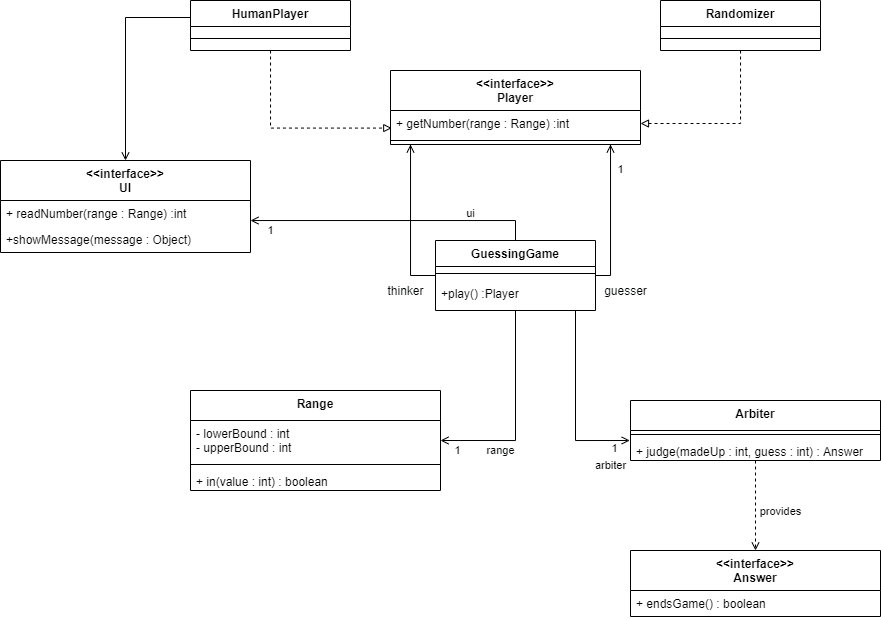
Above: class_diagram_diagrams.png in Szymon-Skazinski/CHARTS (draw.io), before the change. Source tidied: cells renumbered, new cells last; positions are measured from the earlier drawing's top-left corner, leaving out a move shared by most shapes.
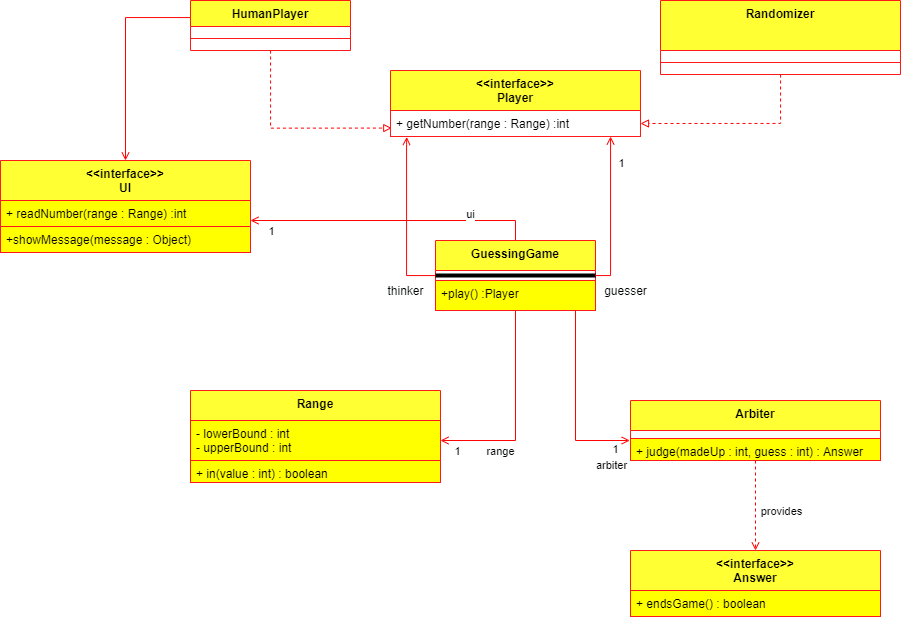
Later version of the same file.

Change to the diagram source:
```diff
@@ -2,32 +2,30 @@
   <root>
     <mxCell id="0" />
     <mxCell id="1" parent="0" />
-    <mxCell id="2" style="edgeStyle=orthogonalEdgeStyle;rounded=0;jettySize=auto;html=1;entryX=0.5;entryY=0;entryDx=0;entryDy=0;endArrow=open;endFill=0;strokeWidth=1;jumpSize=7;" parent="1" edge="1" source="4" target="37">
+    <mxCell id="2" style="edgeStyle=orthogonalEdgeStyle;rounded=0;jettySize=auto;html=1;entryX=0.5;entryY=0;entryDx=0;entryDy=0;endArrow=open;endFill=0;strokeWidth=1;jumpSize=7;strokeColor=#FF0303;" parent="1" edge="1" source="4" target="37">
       <mxGeometry relative="1" as="geometry">
         <Array as="points">
           <mxPoint x="125" y="17" />
         </Array>
       </mxGeometry>
     </mxCell>
-    <mxCell id="3" style="edgeStyle=orthogonalEdgeStyle;rounded=0;jumpSize=7;jettySize=auto;html=1;endArrow=block;endFill=0;strokeWidth=1;dashed=1;entryX=0.005;entryY=0.676;entryDx=0;entryDy=0;entryPerimeter=0;" parent="1" edge="1" source="4" target="41">
+    <mxCell id="3" style="edgeStyle=orthogonalEdgeStyle;rounded=0;jumpSize=7;jettySize=auto;html=1;endArrow=block;endFill=0;strokeWidth=1;dashed=1;entryX=0.005;entryY=0.676;entryDx=0;entryDy=0;entryPerimeter=0;strokeColor=#FF0303;" parent="1" edge="1" source="4" target="41">
       <mxGeometry relative="1" as="geometry">
         <Array as="points">
           <mxPoint x="270" y="128" />
         </Array>
       </mxGeometry>
     </mxCell>
-    <mxCell id="4" value="HumanPlayer" style="swimlane;fontStyle=1;align=center;verticalAlign=top;horizontal=1;startSize=26;" parent="1" vertex="1">
+    <mxCell id="4" value="HumanPlayer" style="swimlane;fontStyle=1;align=center;verticalAlign=top;horizontal=1;startSize=26;fillColor=#FFFF33;strokeColor=#FF1919;" parent="1" vertex="1">
       <mxGeometry x="190" width="160" height="50" as="geometry" />
     </mxCell>
-    <mxCell id="5" style="line;strokeWidth=1;fillColor=none;align=left;verticalAlign=middle;spacingTop=-1;spacingLeft=3;spacingRight=3;labelPosition=right;" parent="4" vertex="1">
+    <mxCell id="5" style="line;strokeWidth=1;fillColor=none;align=left;verticalAlign=middle;spacingTop=-1;spacingLeft=3;spacingRight=3;labelPosition=right;strokeColor=#FF1919;" parent="4" vertex="1">
       <mxGeometry y="26" width="160" height="24" as="geometry" />
     </mxCell>
-    <mxCell id="6" style="edgeStyle=orthogonalEdgeStyle;curved=0;rounded=0;jettySize=auto;html=1;strokeColor=#000000;fontColor=#000000;strokeWidth=1;endFill=0;endArrow=open;" parent="1" edge="1" source="16">
+    <mxCell id="6" style="edgeStyle=orthogonalEdgeStyle;curved=0;rounded=0;jettySize=auto;html=1;fontColor=#000000;strokeWidth=1;endFill=0;endArrow=open;strokeColor=#FF0303;" parent="1" edge="1" source="16" target="41">
       <mxGeometry relative="1" as="geometry">
-        <mxPoint x="610" y="144" as="targetPoint" />
         <Array as="points">
           <mxPoint x="610" y="275" />
-          <mxPoint x="610" y="144" />
         </Array>
       </mxGeometry>
     </mxCell>
@@ -36,19 +34,18 @@
         <mxPoint x="10" y="-3" as="offset" />
       </mxGeometry>
     </mxCell>
-    <mxCell id="8" style="edgeStyle=orthogonalEdgeStyle;curved=0;rounded=0;jettySize=auto;html=1;strokeColor=#000000;fontColor=#000000;strokeWidth=1;endFill=0;endArrow=open;" parent="1" edge="1" source="16">
+    <mxCell id="8" style="edgeStyle=orthogonalEdgeStyle;curved=0;rounded=0;jettySize=auto;html=1;fontColor=#000000;strokeWidth=1;endFill=0;endArrow=open;strokeColor=#FF0303;entryX=0.065;entryY=1.018;entryDx=0;entryDy=0;entryPerimeter=0;" parent="1" edge="1" source="16" target="41">
       <mxGeometry relative="1" as="geometry">
-        <mxPoint x="410" y="144" as="targetPoint" />
         <Array as="points">
-          <mxPoint x="410" y="275" />
-          <mxPoint x="410" y="144" />
+          <mxPoint x="406" y="275" />
+          <mxPoint x="406" y="144" />
         </Array>
       </mxGeometry>
     </mxCell>
     <mxCell id="9" value="thinker" style="text;html=1;align=center;verticalAlign=middle;fontColor=#020405;" parent="1" vertex="1">
       <mxGeometry x="380" y="280" width="50" height="20" as="geometry" />
     </mxCell>
-    <mxCell id="10" style="edgeStyle=orthogonalEdgeStyle;curved=0;rounded=0;jettySize=auto;html=1;endArrow=open;endFill=0;strokeWidth=1;" parent="1" edge="1" source="16">
+    <mxCell id="10" style="edgeStyle=orthogonalEdgeStyle;curved=0;rounded=0;jettySize=auto;html=1;endArrow=open;endFill=0;strokeWidth=1;strokeColor=#FF0303;" parent="1" edge="1" source="16">
       <mxGeometry relative="1" as="geometry">
         <mxPoint x="440" y="440" as="targetPoint" />
         <Array as="points">
@@ -66,7 +63,7 @@
         <mxPoint y="9" as="offset" />
       </mxGeometry>
     </mxCell>
-    <mxCell id="13" style="edgeStyle=orthogonalEdgeStyle;curved=0;rounded=0;jettySize=auto;html=1;endArrow=open;endFill=0;strokeWidth=1;" parent="1" edge="1" source="16" target="38">
+    <mxCell id="13" style="edgeStyle=orthogonalEdgeStyle;curved=0;rounded=0;jettySize=auto;html=1;endArrow=open;endFill=0;strokeWidth=1;strokeColor=#FF0303;" parent="1" edge="1" source="16" target="38">
       <mxGeometry relative="1" as="geometry">
         <Array as="points">
           <mxPoint x="515" y="220" />
@@ -83,31 +80,28 @@
         <mxPoint x="-13" y="12" as="offset" />
       </mxGeometry>
     </mxCell>
-    <mxCell id="16" value="GuessingGame" style="swimlane;fontStyle=1;align=center;verticalAlign=top;horizontal=1;startSize=26;rounded=0;sketch=0;" parent="1" vertex="1">
+    <mxCell id="16" value="GuessingGame" style="swimlane;align=center;verticalAlign=top;horizontal=1;strokeColor=#FF1919;fillColor=#FFFF33;startSize=30;" parent="1" vertex="1">
       <mxGeometry x="435" y="240" width="160" height="70" as="geometry" />
     </mxCell>
-    <mxCell id="17" style="line;strokeWidth=1;fillColor=none;align=left;verticalAlign=middle;spacingTop=-1;spacingLeft=3;spacingRight=3;labelPosition=right;" parent="16" vertex="1">
-      <mxGeometry y="26" width="160" height="14" as="geometry" />
+    <mxCell id="17" style="line;align=left;verticalAlign=top;spacingLeft=4;spacingRight=4;labelPosition=right;" parent="16" vertex="1">
+      <mxGeometry y="30" width="160" height="10" as="geometry" />
     </mxCell>
-    <mxCell id="18" value="+play() :Player" style="text;strokeColor=none;fillColor=none;align=left;verticalAlign=top;spacingLeft=4;spacingRight=4;overflow=hidden;" parent="16" vertex="1">
+    <mxCell id="18" value="+play() :Player" style="text;fillColor=#FFFF00;align=left;verticalAlign=top;spacingLeft=4;spacingRight=4;overflow=hidden;strokeColor=#FF1919;" parent="16" vertex="1">
       <mxGeometry y="40" width="160" height="30" as="geometry" />
     </mxCell>
-    <mxCell id="19" value="guesser" style="text;html=1;align=center;verticalAlign=middle;fontColor=#020405;" parent="1" vertex="1">
+    <mxCell id="19" value="guesser" style="text;html=1;align=center;verticalAlign=middle;fontColor=#020405;imageAspect=1;" parent="1" vertex="1">
       <mxGeometry x="595" y="280" width="60" height="20" as="geometry" />
     </mxCell>
-    <mxCell id="20" value="Range" style="swimlane;fontStyle=1;align=center;verticalAlign=top;horizontal=1;startSize=30;" parent="1" vertex="1">
-      <mxGeometry x="190" y="390" width="250" height="100" as="geometry" />
+    <mxCell id="20" value="Range" style="swimlane;fontStyle=1;align=center;verticalAlign=top;horizontal=1;startSize=30;fillColor=#FFFF33;strokeColor=#FF1919;swimlaneFillColor=#ffffff;" parent="1" vertex="1">
+      <mxGeometry x="190" y="390" width="250" height="92" as="geometry" />
     </mxCell>
-    <mxCell id="21" value="- lowerBound : int&#10;- upperBound : int&#10;" style="text;strokeColor=none;fillColor=none;align=left;verticalAlign=top;spacingLeft=4;spacingRight=4;overflow=hidden;" parent="20" vertex="1">
+    <mxCell id="21" value="- lowerBound : int&#10;- upperBound : int&#10;" style="text;align=left;verticalAlign=top;spacingLeft=4;spacingRight=4;overflow=hidden;strokeColor=#FF1919;fillColor=#FFFF00;" parent="20" vertex="1">
       <mxGeometry y="30" width="250" height="40" as="geometry" />
     </mxCell>
-    <mxCell id="22" style="line;strokeWidth=1;fillColor=none;align=left;verticalAlign=middle;spacingTop=-1;spacingLeft=3;spacingRight=3;labelPosition=right;" parent="20" vertex="1">
-      <mxGeometry y="70" width="250" height="8" as="geometry" />
-    </mxCell>
-    <mxCell id="23" value="+ in(value : int) : boolean" style="text;strokeColor=none;fillColor=none;align=left;verticalAlign=top;spacingLeft=4;spacingRight=4;overflow=hidden;" parent="20" vertex="1">
-      <mxGeometry y="78" width="250" height="22" as="geometry" />
+    <mxCell id="23" value="+ in(value : int) : boolean" style="text;fillColor=#FFFF00;align=left;verticalAlign=top;spacingLeft=4;spacingRight=4;overflow=hidden;strokeColor=#FF1919;" parent="20" vertex="1">
+      <mxGeometry y="70" width="250" height="22" as="geometry" />
     </mxCell>
-    <mxCell id="24" style="edgeStyle=orthogonalEdgeStyle;curved=0;rounded=0;jettySize=auto;html=1;endArrow=open;endFill=0;strokeWidth=1;dashed=1;entryX=0.5;entryY=0;entryDx=0;entryDy=0;" parent="1" edge="1" source="26" target="32">
+    <mxCell id="24" style="edgeStyle=orthogonalEdgeStyle;curved=0;rounded=0;jettySize=auto;html=1;endArrow=open;endFill=0;strokeWidth=1;dashed=1;entryX=0.5;entryY=0;entryDx=0;entryDy=0;strokeColor=#FF0303;" parent="1" edge="1" source="26" target="32">
       <mxGeometry relative="1" as="geometry" />
     </mxCell>
     <mxCell id="25" value="provides" style="edgeLabel;html=1;align=center;verticalAlign=middle;fontColor=#020405;" parent="24" vertex="1">
@@ -115,16 +109,16 @@
         <mxPoint x="23" y="18.3" as="offset" />
       </mxGeometry>
     </mxCell>
-    <mxCell id="26" value="Arbiter" style="swimlane;fontStyle=1;align=center;verticalAlign=top;horizontal=1;startSize=30;" parent="1" vertex="1">
+    <mxCell id="26" value="Arbiter" style="swimlane;fontStyle=1;align=center;verticalAlign=top;horizontal=1;startSize=30;fillColor=#FFFF33;strokeColor=#FF1919;" parent="1" vertex="1">
       <mxGeometry x="630" y="400" width="250" height="60" as="geometry" />
     </mxCell>
-    <mxCell id="27" style="line;strokeWidth=1;fillColor=none;align=left;verticalAlign=middle;spacingTop=-1;spacingLeft=3;spacingRight=3;labelPosition=right;" parent="26" vertex="1">
+    <mxCell id="27" style="line;fillColor=#FFFF00;align=left;verticalAlign=top;spacingLeft=4;spacingRight=4;labelPosition=right;strokeColor=none;" parent="26" vertex="1">
       <mxGeometry y="30" width="250" height="8" as="geometry" />
     </mxCell>
-    <mxCell id="28" value="+ judge(madeUp : int, guess : int) : Answer" style="text;strokeColor=none;fillColor=none;align=left;verticalAlign=top;spacingLeft=4;spacingRight=4;overflow=hidden;points=[[0,0.5],[1,0.5]];portConstraint=eastwest;" parent="26" vertex="1">
+    <mxCell id="28" value="+ judge(madeUp : int, guess : int) : Answer" style="text;fillColor=#FFFF00;align=left;verticalAlign=top;spacingLeft=4;spacingRight=4;overflow=hidden;points=[[0,0.5],[1,0.5]];portConstraint=eastwest;strokeColor=#FF1919;" parent="26" vertex="1">
       <mxGeometry y="38" width="250" height="22" as="geometry" />
     </mxCell>
-    <mxCell id="29" style="edgeStyle=orthogonalEdgeStyle;curved=0;rounded=0;jettySize=auto;html=1;endArrow=open;endFill=0;strokeWidth=1;entryX=-0.003;entryY=0.091;entryDx=0;entryDy=0;entryPerimeter=0;" parent="1" edge="1" target="28">
+    <mxCell id="29" style="edgeStyle=orthogonalEdgeStyle;curved=0;rounded=0;jettySize=auto;html=1;endArrow=open;endFill=0;strokeWidth=1;entryX=-0.003;entryY=0.091;entryDx=0;entryDy=0;entryPerimeter=0;strokeColor=#FF0303;" parent="1" edge="1" target="28">
       <mxGeometry relative="1" as="geometry">
         <mxPoint x="575" y="310" as="sourcePoint" />
         <Array as="points">
@@ -142,38 +136,35 @@
         <mxPoint y="9" as="offset" />
       </mxGeometry>
     </mxCell>
-    <mxCell id="32" value="&lt;&lt;interface&gt;&gt;&#10;Answer" style="swimlane;fontStyle=1;align=center;verticalAlign=top;horizontal=1;startSize=40;" parent="1" vertex="1">
+    <mxCell id="32" value="&lt;&lt;interface&gt;&gt;&#10;Answer" style="swimlane;fontStyle=1;align=center;verticalAlign=top;horizontal=1;startSize=40;fillColor=#FFFF33;strokeColor=#FF1919;" parent="1" vertex="1">
       <mxGeometry x="630" y="550" width="250" height="66" as="geometry" />
     </mxCell>
-    <mxCell id="33" value="+ endsGame() : boolean" style="text;strokeColor=none;fillColor=none;align=left;verticalAlign=top;spacingLeft=4;spacingRight=4;overflow=hidden;" parent="32" vertex="1">
+    <mxCell id="33" value="+ endsGame() : boolean" style="text;fillColor=#FFFF00;align=left;verticalAlign=top;spacingLeft=4;spacingRight=4;overflow=hidden;strokeColor=#FF1919;" parent="32" vertex="1">
       <mxGeometry y="40" width="250" height="26" as="geometry" />
     </mxCell>
-    <mxCell id="34" style="edgeStyle=orthogonalEdgeStyle;curved=0;rounded=0;jettySize=auto;html=1;entryX=1;entryY=0.5;entryDx=0;entryDy=0;endArrow=block;endFill=0;strokeWidth=1;dashed=1;" parent="1" edge="1" source="35" target="41">
+    <mxCell id="34" style="edgeStyle=orthogonalEdgeStyle;curved=0;rounded=0;jettySize=auto;html=1;entryX=1;entryY=0.5;entryDx=0;entryDy=0;endArrow=block;endFill=0;strokeWidth=1;dashed=1;strokeColor=#FF0303;" parent="1" edge="1" source="35" target="41">
       <mxGeometry relative="1" as="geometry" />
     </mxCell>
-    <mxCell id="35" value="Randomizer" style="swimlane;fontStyle=1;align=center;verticalAlign=top;horizontal=1;startSize=26;" parent="1" vertex="1">
-      <mxGeometry x="660" width="160" height="50" as="geometry" />
+    <mxCell id="35" value="Randomizer" style="swimlane;fontStyle=1;align=center;verticalAlign=top;horizontal=1;startSize=50;fillColor=#FFFF33;strokeColor=#FF1919;labelBackgroundColor=none;fillOpacity=100;overflow=visible;labelPadding=0;" parent="1" vertex="1">
+      <mxGeometry x="660" width="240" height="74" as="geometry" />
     </mxCell>
-    <mxCell id="36" style="line;strokeWidth=1;fillColor=none;align=left;verticalAlign=middle;spacingTop=-1;spacingLeft=3;spacingRight=3;labelPosition=right;" parent="35" vertex="1">
-      <mxGeometry y="26" width="160" height="24" as="geometry" />
+    <mxCell id="36" style="line;strokeWidth=1;fillColor=none;align=left;verticalAlign=middle;spacingTop=-1;spacingLeft=3;spacingRight=3;labelPosition=right;strokeColor=#FF1919;labelBackgroundColor=#ffffff;" parent="35" vertex="1">
+      <mxGeometry y="50" width="240" height="24" as="geometry" />
     </mxCell>
-    <mxCell id="37" value="&lt;&lt;interface&gt;&gt;&#10;UI" style="swimlane;fontStyle=1;align=center;verticalAlign=top;horizontal=1;startSize=40;" parent="1" vertex="1">
+    <mxCell id="37" value="&lt;&lt;interface&gt;&gt;&#10;UI" style="swimlane;fontStyle=1;align=center;verticalAlign=top;horizontal=1;startSize=40;fillColor=#FFFF33;strokeColor=#FF1919;" parent="1" vertex="1">
       <mxGeometry y="160" width="250" height="92" as="geometry" />
     </mxCell>
-    <mxCell id="38" value="+ readNumber(range : Range) :int" style="text;strokeColor=none;fillColor=none;align=left;verticalAlign=top;spacingLeft=4;spacingRight=4;overflow=hidden;points=[[0,0.5],[1,0.5]];portConstraint=eastwest;" parent="37" vertex="1">
+    <mxCell id="38" value="+ readNumber(range : Range) :int" style="text;fillColor=#FFFF00;align=left;verticalAlign=top;spacingLeft=4;spacingRight=4;overflow=hidden;points=[[0,0.5],[1,0.5]];portConstraint=eastwest;strokeColor=#FF1919;" parent="37" vertex="1">
       <mxGeometry y="40" width="250" height="26" as="geometry" />
     </mxCell>
-    <mxCell id="39" value="+showMessage(message : Object)" style="text;strokeColor=none;fillColor=none;align=left;verticalAlign=top;spacingLeft=4;spacingRight=4;overflow=hidden;" parent="37" vertex="1">
+    <mxCell id="39" value="+showMessage(message : Object)" style="text;fillColor=#FFFF00;align=left;verticalAlign=top;spacingLeft=4;spacingRight=4;overflow=hidden;strokeColor=#FF1919;" parent="37" vertex="1">
       <mxGeometry y="66" width="250" height="26" as="geometry" />
     </mxCell>
-    <mxCell id="40" value="&lt;&lt;interface&gt;&gt;&#10;Player" style="swimlane;fontStyle=1;align=center;verticalAlign=top;horizontal=1;startSize=40;" parent="1" vertex="1">
-      <mxGeometry x="390" y="70" width="250" height="74" as="geometry" />
+    <mxCell id="40" value="&lt;&lt;interface&gt;&gt;&#10;Player" style="swimlane;fontStyle=1;align=center;verticalAlign=top;horizontal=1;startSize=40;fillColor=#FFFF33;strokeColor=#FF1919;" parent="1" vertex="1">
+      <mxGeometry x="390" y="70" width="250" height="66" as="geometry" />
     </mxCell>
-    <mxCell id="41" value="+ getNumber(range : Range) :int" style="text;strokeColor=none;fillColor=none;align=left;verticalAlign=top;spacingLeft=4;spacingRight=4;overflow=hidden;points=[[0,0.5],[1,0.5]];portConstraint=eastwest;" parent="40" vertex="1">
+    <mxCell id="41" value="+ getNumber(range : Range) :int" style="text;align=left;verticalAlign=top;spacingLeft=4;spacingRight=4;overflow=hidden;points=[[0,0.5],[1,0.5]];portConstraint=eastwest;strokeColor=#FF1919;labelBackgroundColor=none;fillColor=#ffffff;" parent="40" vertex="1">
       <mxGeometry y="40" width="250" height="26" as="geometry" />
     </mxCell>
-    <mxCell id="42" style="line;strokeWidth=1;fillColor=none;align=left;verticalAlign=middle;spacingTop=-1;spacingLeft=3;spacingRight=3;labelPosition=right;" parent="40" vertex="1">
-      <mxGeometry y="66" width="250" height="8" as="geometry" />
-    </mxCell>
   </root>
 </mxGraphModel>
```
